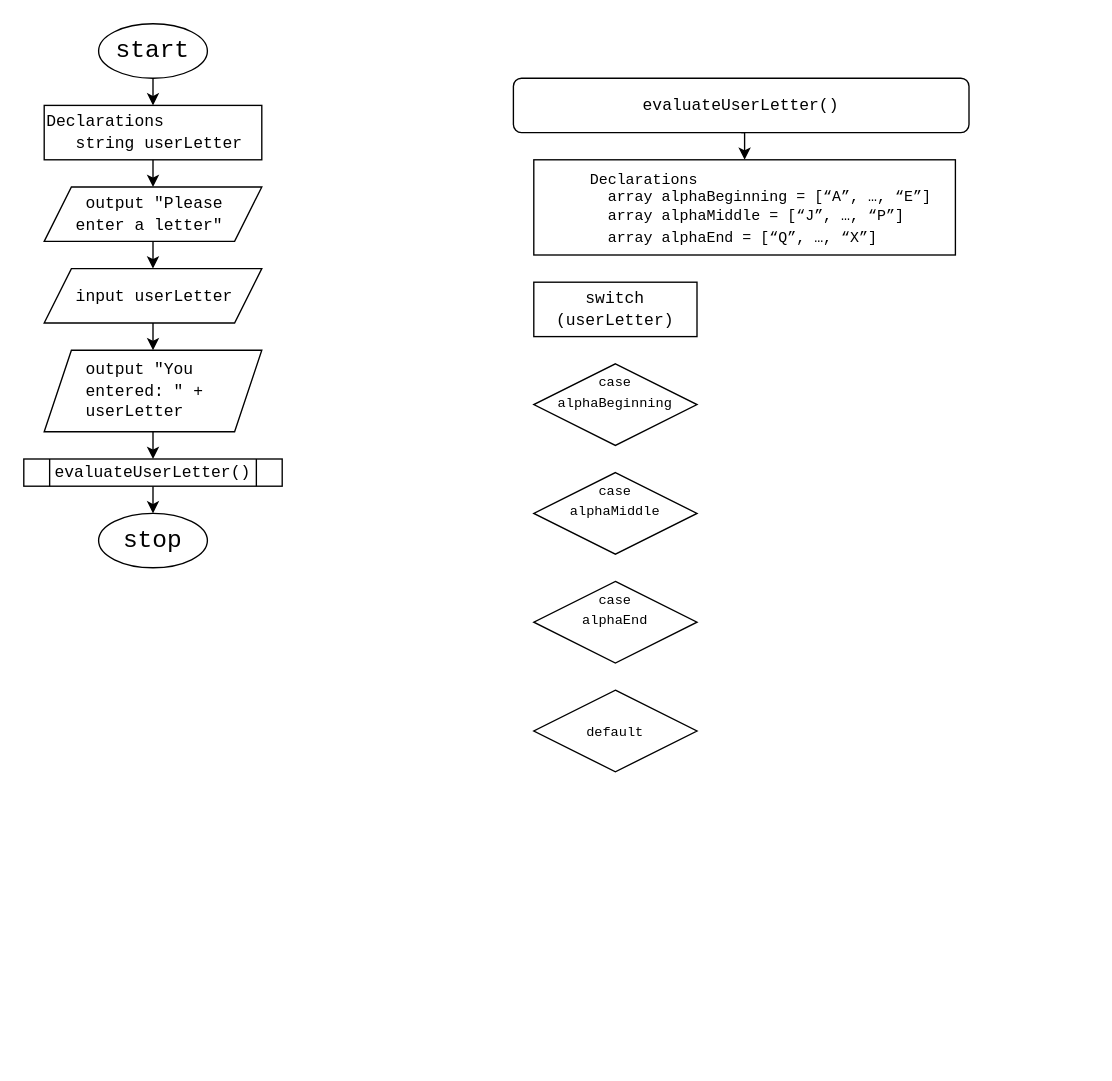
argounova/draw-io keeps this draw.io diagram as csc205-module2-ct.drawio. Above is the earlier version. Source tidied: cells renumbered, new cells numbered last; positions are measured from the earlier drawing's top-left corner, leaving out a move shared by most shapes. Both pictures are drawn from the tidied source at 136%, with x=0, y=0 at pixel (23, 23).
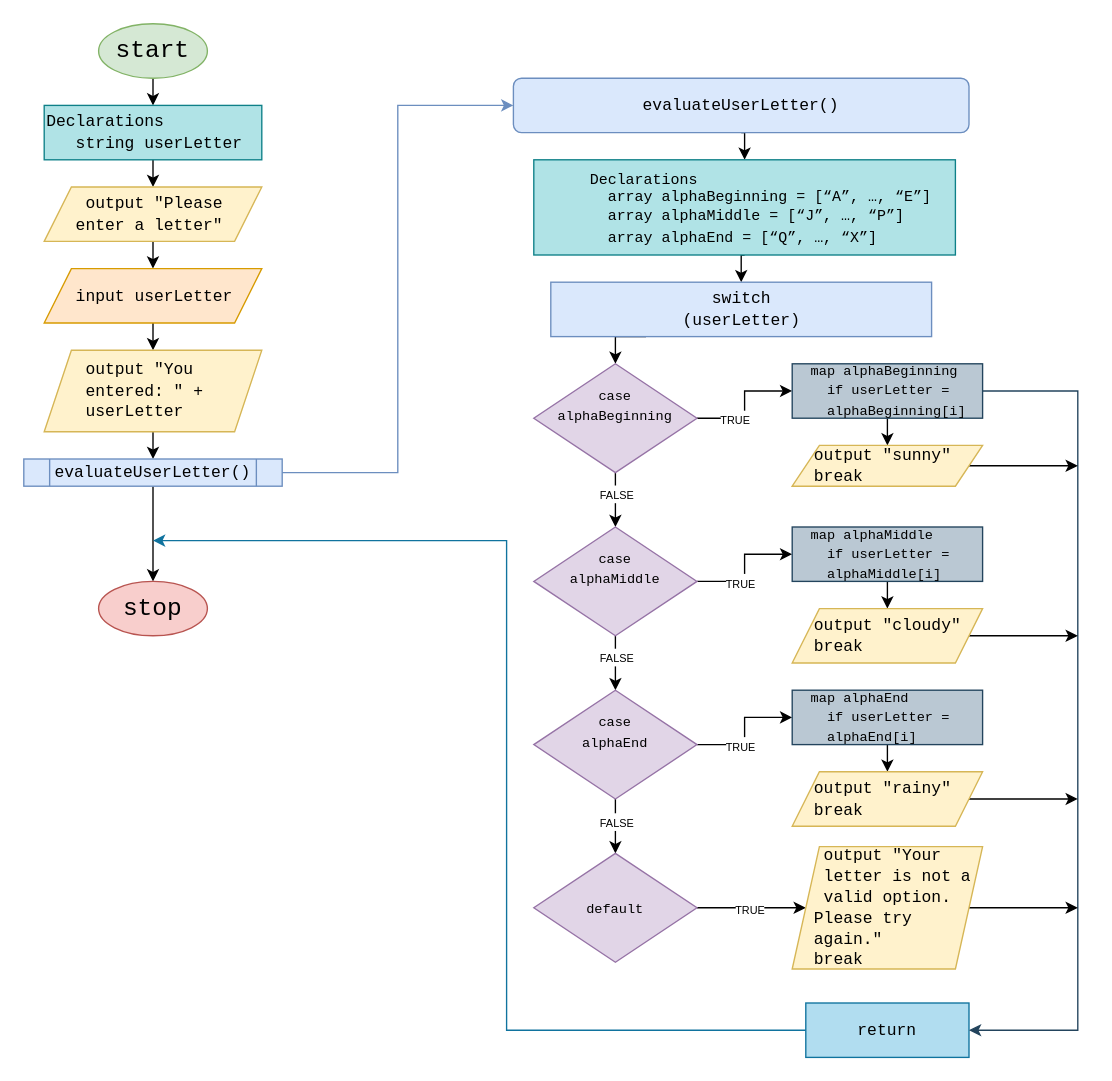
After the change.

The edit, as a diff of the source:
```diff
@@
-    <mxCell id="3" value="&lt;font style=&quot;font-size: 18px;&quot; face=&quot;Courier New&quot;&gt;start&lt;/font&gt;" style="ellipse;whiteSpace=wrap;html=1;" parent="1" vertex="1">
+    <mxCell id="3" value="&lt;font style=&quot;font-size: 18px;&quot; face=&quot;Courier New&quot;&gt;start&lt;/font&gt;" style="ellipse;whiteSpace=wrap;html=1;labelBorderColor=none;fillColor=#d5e8d4;strokeColor=#82b366;" parent="1" vertex="1">
       <mxGeometry x="55" width="80" height="40" as="geometry" />
     </mxCell>
@@
-    <mxCell id="5" value="&lt;font face=&quot;Courier New&quot;&gt;Declarations&lt;br&gt;&amp;nbsp; &amp;nbsp;string userLetter&lt;/font&gt;" style="rounded=0;whiteSpace=wrap;html=1;align=left;" parent="1" vertex="1">
+    <mxCell id="5" value="&lt;font face=&quot;Courier New&quot;&gt;Declarations&lt;br&gt;&amp;nbsp; &amp;nbsp;string userLetter&lt;/font&gt;" style="rounded=0;whiteSpace=wrap;html=1;align=left;fillColor=#b0e3e6;strokeColor=#0e8088;" parent="1" vertex="1">
       <mxGeometry x="15" y="60" width="160" height="40" as="geometry" />
     </mxCell>
@@
-    <mxCell id="7" value="&lt;font face=&quot;Courier New&quot;&gt;&amp;nbsp; &amp;nbsp; output &quot;Please&amp;nbsp; &amp;nbsp; &amp;nbsp; &amp;nbsp;enter a letter&quot;&lt;/font&gt;" style="shape=parallelogram;perimeter=parallelogramPerimeter;whiteSpace=wrap;html=1;fixedSize=1;align=left;" parent="1" vertex="1">
+    <mxCell id="7" value="&lt;font face=&quot;Courier New&quot;&gt;&amp;nbsp; &amp;nbsp; output &quot;Please&amp;nbsp; &amp;nbsp; &amp;nbsp; &amp;nbsp;enter a letter&quot;&lt;/font&gt;" style="shape=parallelogram;perimeter=parallelogramPerimeter;whiteSpace=wrap;html=1;fixedSize=1;align=left;fillColor=#fff2cc;strokeColor=#d6b656;" parent="1" vertex="1">
       <mxGeometry x="15" y="120" width="160" height="40" as="geometry" />
     </mxCell>
@@
-    <mxCell id="9" value="&lt;font face=&quot;Courier New&quot;&gt;&amp;nbsp; &amp;nbsp;input userLetter&lt;/font&gt;" style="shape=parallelogram;perimeter=parallelogramPerimeter;whiteSpace=wrap;html=1;fixedSize=1;align=left;" parent="1" vertex="1">
+    <mxCell id="9" value="&lt;font face=&quot;Courier New&quot;&gt;&amp;nbsp; &amp;nbsp;input userLetter&lt;/font&gt;" style="shape=parallelogram;perimeter=parallelogramPerimeter;whiteSpace=wrap;html=1;fixedSize=1;align=left;fillColor=#ffe6cc;strokeColor=#d79b00;" parent="1" vertex="1">
       <mxGeometry x="15" y="180" width="160" height="40" as="geometry" />
     </mxCell>
@@
-    <mxCell id="11" value="&lt;font face=&quot;Courier New&quot;&gt;&amp;nbsp; &amp;nbsp; output &quot;You&amp;nbsp; &amp;nbsp; &amp;nbsp; &amp;nbsp; &amp;nbsp; entered: &quot; +&amp;nbsp; &amp;nbsp; &amp;nbsp; &amp;nbsp; &amp;nbsp; userLetter&lt;/font&gt;" style="shape=parallelogram;perimeter=parallelogramPerimeter;whiteSpace=wrap;html=1;fixedSize=1;align=left;" parent="1" vertex="1">
+    <mxCell id="11" value="&lt;font face=&quot;Courier New&quot;&gt;&amp;nbsp; &amp;nbsp; output &quot;You&amp;nbsp; &amp;nbsp; &amp;nbsp; &amp;nbsp; &amp;nbsp; entered: &quot; +&amp;nbsp; &amp;nbsp; &amp;nbsp; &amp;nbsp; &amp;nbsp; userLetter&lt;/font&gt;" style="shape=parallelogram;perimeter=parallelogramPerimeter;whiteSpace=wrap;html=1;fixedSize=1;align=left;fillColor=#fff2cc;strokeColor=#d6b656;" parent="1" vertex="1">
       <mxGeometry x="15" y="240" width="160" height="60" as="geometry" />
     </mxCell>
@@
-    <mxCell id="13" value="&lt;font face=&quot;Courier New&quot;&gt;evaluateUserLetter()&lt;/font&gt;" style="shape=process;whiteSpace=wrap;html=1;backgroundOutline=1;" parent="1" vertex="1">
+    <mxCell id="13" value="&lt;font face=&quot;Courier New&quot;&gt;evaluateUserLetter()&lt;/font&gt;" style="shape=process;whiteSpace=wrap;html=1;backgroundOutline=1;fillColor=#dae8fc;strokeColor=#6c8ebf;" parent="1" vertex="1">
       <mxGeometry y="320" width="190" height="20" as="geometry" />
     </mxCell>
+    <mxCell id="23" style="edgeStyle=orthogonalEdgeStyle;rounded=0;jettySize=auto;html=1;entryX=0;entryY=0.5;entryDx=0;entryDy=0;exitX=1;exitY=0.5;exitDx=0;exitDy=0;fillColor=#dae8fc;strokeColor=#6c8ebf;" parent="1" edge="1" source="13" target="16">
+      <mxGeometry relative="1" as="geometry" />
+    </mxCell>
-    <mxCell id="14" value="&lt;font style=&quot;font-size: 18px;&quot; face=&quot;Courier New&quot;&gt;stop&lt;/font&gt;" style="ellipse;whiteSpace=wrap;html=1;" parent="1" vertex="1">
-      <mxGeometry x="55" y="360" width="80" height="40" as="geometry" />
+    <mxCell id="14" value="&lt;font style=&quot;font-size: 18px;&quot; face=&quot;Courier New&quot;&gt;stop&lt;/font&gt;" style="ellipse;whiteSpace=wrap;html=1;fillColor=#f8cecc;strokeColor=#b85450;" parent="1" vertex="1">
+      <mxGeometry x="55" y="410" width="80" height="40" as="geometry" />
     </mxCell>
@@
-    <mxCell id="16" value="&lt;font face=&quot;Courier New&quot;&gt;evaluateUserLetter()&lt;/font&gt;" style="rounded=1;whiteSpace=wrap;html=1;" parent="1" vertex="1">
+    <mxCell id="16" value="&lt;font face=&quot;Courier New&quot;&gt;evaluateUserLetter()&lt;/font&gt;" style="rounded=1;whiteSpace=wrap;html=1;fillColor=#dae8fc;strokeColor=#6c8ebf;" parent="1" vertex="1">
       <mxGeometry x="360" y="40" width="335" height="40" as="geometry" />
     </mxCell>
+    <mxCell id="24" style="edgeStyle=orthogonalEdgeStyle;rounded=0;jettySize=auto;html=1;exitX=0.5;exitY=1;exitDx=0;exitDy=0;entryX=0.5;entryY=0;entryDx=0;entryDy=0;" parent="1" edge="1" source="17" target="18">
+      <mxGeometry relative="1" as="geometry" />
+    </mxCell>
-    <mxCell id="17" value="&lt;div style=&quot;&quot;&gt;&lt;span style=&quot;font-size: 11px; font-family: &amp;quot;Courier New&amp;quot;; background-color: initial;&quot;&gt;&amp;nbsp; &amp;nbsp; &amp;nbsp; Declarations&lt;/span&gt;&lt;/div&gt;&lt;font face=&quot;Courier New&quot; style=&quot;font-size: 11px;&quot;&gt;&lt;div style=&quot;&quot;&gt;&lt;font style=&quot;background-color: initial;&quot;&gt;&amp;nbsp; &amp;nbsp; &amp;nbsp; &amp;nbsp;&amp;nbsp;&lt;/font&gt;&lt;span style=&quot;background-color: initial;&quot;&gt;array alphaBeginning = [“A”, …, “E”]&lt;/span&gt;&lt;/div&gt;&lt;/font&gt;&lt;p style=&quot;margin: 0in; line-height: normal; font-size: 11px;&quot; class=&quot;MsoNormal&quot;&gt;&lt;font face=&quot;Courier New&quot; style=&quot;font-size: 11px;&quot;&gt;&amp;nbsp; &amp;nbsp; &amp;nbsp; &amp;nbsp; array alphaMiddle = [“J”, …, “P”]&lt;/font&gt;&lt;/p&gt;&lt;p style=&quot;margin: 0in; line-height: normal; font-size: 11px;&quot; class=&quot;MsoNormal&quot;&gt;&lt;font face=&quot;Courier New&quot; style=&quot;font-size: 11px;&quot;&gt;&amp;nbsp; &amp;nbsp; &amp;nbsp; &amp;nbsp; array alphaEnd = [“Q”, …, “X”]&lt;/font&gt;&lt;span style=&quot;font-family: &amp;quot;Andale Mono&amp;quot;; font-size: 11pt;&quot;&gt;&lt;/span&gt;&lt;/p&gt;" style="rounded=0;whiteSpace=wrap;html=1;align=left;" parent="1" vertex="1">
+    <mxCell id="17" value="&lt;div style=&quot;&quot;&gt;&lt;span style=&quot;font-size: 11px; font-family: &amp;quot;Courier New&amp;quot;; background-color: initial;&quot;&gt;&amp;nbsp; &amp;nbsp; &amp;nbsp; Declarations&lt;/span&gt;&lt;/div&gt;&lt;font face=&quot;Courier New&quot; style=&quot;font-size: 11px;&quot;&gt;&lt;div style=&quot;&quot;&gt;&lt;font style=&quot;background-color: initial;&quot;&gt;&amp;nbsp; &amp;nbsp; &amp;nbsp; &amp;nbsp;&amp;nbsp;&lt;/font&gt;&lt;span style=&quot;background-color: initial;&quot;&gt;array alphaBeginning = [“A”, …, “E”]&lt;/span&gt;&lt;/div&gt;&lt;/font&gt;&lt;p style=&quot;margin: 0in; line-height: normal; font-size: 11px;&quot; class=&quot;MsoNormal&quot;&gt;&lt;font face=&quot;Courier New&quot; style=&quot;font-size: 11px;&quot;&gt;&amp;nbsp; &amp;nbsp; &amp;nbsp; &amp;nbsp; array alphaMiddle = [“J”, …, “P”]&lt;/font&gt;&lt;/p&gt;&lt;p style=&quot;margin: 0in; line-height: normal; font-size: 11px;&quot; class=&quot;MsoNormal&quot;&gt;&lt;font face=&quot;Courier New&quot; style=&quot;font-size: 11px;&quot;&gt;&amp;nbsp; &amp;nbsp; &amp;nbsp; &amp;nbsp; array alphaEnd = [“Q”, …, “X”]&lt;/font&gt;&lt;span style=&quot;font-family: &amp;quot;Andale Mono&amp;quot;; font-size: 11pt;&quot;&gt;&lt;/span&gt;&lt;/p&gt;" style="rounded=0;whiteSpace=wrap;html=1;align=left;fillColor=#b0e3e6;strokeColor=#0e8088;" parent="1" vertex="1">
       <mxGeometry x="375" y="100" width="310" height="70" as="geometry" />
     </mxCell>
+    <mxCell id="25" style="edgeStyle=orthogonalEdgeStyle;rounded=0;jettySize=auto;html=1;exitX=0.25;exitY=1;exitDx=0;exitDy=0;entryX=0.5;entryY=0;entryDx=0;entryDy=0;" parent="1" edge="1" source="18" target="19">
+      <mxGeometry relative="1" as="geometry" />
+    </mxCell>
-    <mxCell id="18" value="&lt;font face=&quot;Courier New&quot;&gt;switch&lt;br&gt;(userLetter)&lt;br&gt;&lt;/font&gt;" style="rounded=0;whiteSpace=wrap;html=1;" parent="1" vertex="1">
-      <mxGeometry x="375" y="190" width="120" height="40" as="geometry" />
+    <mxCell id="18" value="&lt;font face=&quot;Courier New&quot;&gt;switch&lt;br&gt;(userLetter)&lt;br&gt;&lt;/font&gt;" style="rounded=0;whiteSpace=wrap;html=1;fillColor=#dae8fc;strokeColor=#6c8ebf;" parent="1" vertex="1">
+      <mxGeometry x="387.5" y="190" width="280" height="40" as="geometry" />
     </mxCell>
+    <mxCell id="26" style="edgeStyle=orthogonalEdgeStyle;rounded=0;jettySize=auto;html=1;exitX=1;exitY=0.5;exitDx=0;exitDy=0;entryX=0;entryY=0.5;entryDx=0;entryDy=0;" parent="1" edge="1" source="19" target="44">
+      <mxGeometry relative="1" as="geometry" />
+    </mxCell>
+    <mxCell id="27" value="&lt;font style=&quot;font-size: 8px;&quot;&gt;TRUE&lt;/font&gt;" style="edgeLabel;html=1;align=center;verticalAlign=middle;" parent="26" vertex="1">
+      <mxGeometry x="-0.39" relative="1" as="geometry" />
+    </mxCell>
+    <mxCell id="28" style="edgeStyle=orthogonalEdgeStyle;rounded=0;jettySize=auto;html=1;exitX=0.5;exitY=1;exitDx=0;exitDy=0;entryX=0.5;entryY=0;entryDx=0;entryDy=0;" parent="1" edge="1" source="19" target="20">
+      <mxGeometry relative="1" as="geometry" />
+    </mxCell>
+    <mxCell id="29" value="&lt;font style=&quot;font-size: 8px;&quot;&gt;FALSE&lt;/font&gt;" style="edgeLabel;html=1;align=center;verticalAlign=middle;" parent="28" vertex="1">
+      <mxGeometry x="-0.27" relative="1" as="geometry" />
+    </mxCell>
-    <mxCell id="19" value="&lt;font size=&quot;1&quot; face=&quot;Courier New&quot;&gt;case&lt;br&gt;alphaBeginning&lt;br&gt;&lt;/font&gt;" style="rhombus;whiteSpace=wrap;html=1;rounded=0;perimeterSpacing=0;verticalAlign=middle;spacingBottom=20;" parent="1" vertex="1">
-      <mxGeometry x="375" y="250" width="120" height="60" as="geometry" />
+    <mxCell id="19" value="&lt;font size=&quot;1&quot; face=&quot;Courier New&quot;&gt;case&lt;br&gt;alphaBeginning&lt;br&gt;&lt;/font&gt;" style="rhombus;whiteSpace=wrap;html=1;rounded=0;perimeterSpacing=0;verticalAlign=middle;spacingBottom=20;fillColor=#e1d5e7;strokeColor=#9673a6;" parent="1" vertex="1">
+      <mxGeometry x="375" y="250" width="120" height="80" as="geometry" />
     </mxCell>
+    <mxCell id="30" style="edgeStyle=orthogonalEdgeStyle;rounded=0;jettySize=auto;html=1;exitX=0.5;exitY=1;exitDx=0;exitDy=0;entryX=0.5;entryY=0;entryDx=0;entryDy=0;" parent="1" edge="1" source="20" target="21">
+      <mxGeometry relative="1" as="geometry" />
+    </mxCell>
+    <mxCell id="31" value="&lt;font style=&quot;font-size: 8px;&quot;&gt;FALSE&lt;/font&gt;" style="edgeLabel;html=1;align=center;verticalAlign=middle;" parent="30" vertex="1">
+      <mxGeometry x="-0.25" relative="1" as="geometry" />
+    </mxCell>
+    <mxCell id="32" style="edgeStyle=orthogonalEdgeStyle;rounded=0;jettySize=auto;html=1;exitX=1;exitY=0.5;exitDx=0;exitDy=0;entryX=0;entryY=0.5;entryDx=0;entryDy=0;" parent="1" edge="1" source="20" target="48">
+      <mxGeometry relative="1" as="geometry" />
+    </mxCell>
+    <mxCell id="33" value="&lt;font style=&quot;font-size: 8px;&quot;&gt;TRUE&lt;/font&gt;" style="edgeLabel;html=1;align=center;verticalAlign=middle;" parent="32" vertex="1">
+      <mxGeometry x="-0.32" relative="1" as="geometry" />
+    </mxCell>
-    <mxCell id="20" value="&lt;font size=&quot;1&quot; face=&quot;Courier New&quot;&gt;case&lt;br&gt;alphaMiddle&lt;br&gt;&lt;/font&gt;" style="rhombus;whiteSpace=wrap;html=1;rounded=0;perimeterSpacing=0;verticalAlign=middle;spacingBottom=20;" parent="1" vertex="1">
-      <mxGeometry x="375" y="330" width="120" height="60" as="geometry" />
+    <mxCell id="20" value="&lt;font size=&quot;1&quot; face=&quot;Courier New&quot;&gt;case&lt;br&gt;alphaMiddle&lt;br&gt;&lt;/font&gt;" style="rhombus;whiteSpace=wrap;html=1;rounded=0;perimeterSpacing=0;verticalAlign=middle;spacingBottom=20;fillColor=#e1d5e7;strokeColor=#9673a6;" parent="1" vertex="1">
+      <mxGeometry x="375" y="370" width="120" height="80" as="geometry" />
     </mxCell>
+    <mxCell id="34" style="edgeStyle=orthogonalEdgeStyle;rounded=0;jettySize=auto;html=1;exitX=0.5;exitY=1;exitDx=0;exitDy=0;entryX=0.5;entryY=0;entryDx=0;entryDy=0;" parent="1" edge="1" source="21" target="22">
+      <mxGeometry relative="1" as="geometry" />
+    </mxCell>
+    <mxCell id="35" value="&lt;font style=&quot;font-size: 8px;&quot;&gt;FALSE&lt;/font&gt;" style="edgeLabel;html=1;align=center;verticalAlign=middle;" parent="34" vertex="1">
+      <mxGeometry x="-0.21" relative="1" as="geometry" />
+    </mxCell>
+    <mxCell id="36" style="edgeStyle=orthogonalEdgeStyle;rounded=0;jettySize=auto;html=1;exitX=1;exitY=0.5;exitDx=0;exitDy=0;entryX=0;entryY=0.5;entryDx=0;entryDy=0;" parent="1" edge="1" source="21" target="52">
+      <mxGeometry relative="1" as="geometry" />
+    </mxCell>
+    <mxCell id="37" value="&lt;font style=&quot;font-size: 8px;&quot;&gt;TRUE&lt;/font&gt;" style="edgeLabel;html=1;align=center;verticalAlign=middle;" parent="36" vertex="1">
+      <mxGeometry x="-0.3" relative="1" as="geometry" />
+    </mxCell>
-    <mxCell id="21" value="&lt;font size=&quot;1&quot; face=&quot;Courier New&quot;&gt;case&lt;br&gt;alphaEnd&lt;br&gt;&lt;/font&gt;" style="rhombus;whiteSpace=wrap;html=1;rounded=0;perimeterSpacing=0;verticalAlign=middle;spacingBottom=20;" parent="1" vertex="1">
-      <mxGeometry x="375" y="410" width="120" height="60" as="geometry" />
+    <mxCell id="21" value="&lt;font size=&quot;1&quot; face=&quot;Courier New&quot;&gt;case&lt;br&gt;alphaEnd&lt;br&gt;&lt;/font&gt;" style="rhombus;whiteSpace=wrap;html=1;rounded=0;perimeterSpacing=0;verticalAlign=middle;spacingBottom=20;fillColor=#e1d5e7;strokeColor=#9673a6;" parent="1" vertex="1">
+      <mxGeometry x="375" y="490" width="120" height="80" as="geometry" />
     </mxCell>
+    <mxCell id="38" style="edgeStyle=orthogonalEdgeStyle;rounded=0;jettySize=auto;html=1;exitX=1;exitY=0.5;exitDx=0;exitDy=0;" parent="1" edge="1" source="22" target="57">
+      <mxGeometry relative="1" as="geometry" />
+    </mxCell>
+    <mxCell id="39" value="&lt;font style=&quot;font-size: 8px;&quot;&gt;TRUE&lt;/font&gt;" style="edgeLabel;html=1;align=center;verticalAlign=middle;" parent="38" vertex="1">
+      <mxGeometry x="-0.05" relative="1" as="geometry" />
+    </mxCell>
-    <mxCell id="22" value="&lt;font size=&quot;1&quot; face=&quot;Courier New&quot;&gt;default&lt;br&gt;&lt;/font&gt;" style="rhombus;whiteSpace=wrap;html=1;rounded=0;perimeterSpacing=0;verticalAlign=middle;spacingBottom=0;" parent="1" vertex="1">
-      <mxGeometry x="375" y="490" width="120" height="60" as="geometry" />
+    <mxCell id="22" value="&lt;font size=&quot;1&quot; face=&quot;Courier New&quot;&gt;default&lt;br&gt;&lt;/font&gt;" style="rhombus;whiteSpace=wrap;html=1;rounded=0;perimeterSpacing=0;verticalAlign=middle;spacingBottom=0;fillColor=#e1d5e7;strokeColor=#9673a6;" parent="1" vertex="1">
+      <mxGeometry x="375" y="610" width="120" height="80" as="geometry" />
     </mxCell>
+    <mxCell id="40" style="edgeStyle=orthogonalEdgeStyle;rounded=0;jettySize=auto;html=1;exitX=0;exitY=0.5;exitDx=0;exitDy=0;fillColor=#b1ddf0;strokeColor=#10739e;" parent="1" edge="1" source="41">
+      <mxGeometry relative="1" as="geometry">
+        <mxPoint x="95" y="380" as="targetPoint" />
+        <Array as="points">
+          <mxPoint x="355" y="740" />
+          <mxPoint x="355" y="380" />
+        </Array>
+      </mxGeometry>
+    </mxCell>
+    <mxCell id="41" value="&lt;font face=&quot;Courier New&quot;&gt;return&lt;br&gt;&lt;/font&gt;" style="rounded=0;whiteSpace=wrap;html=1;fillColor=#b1ddf0;strokeColor=#10739e;" parent="1" vertex="1">
+      <mxGeometry x="575" y="720" width="120" height="40" as="geometry" />
+    </mxCell>
+    <mxCell id="42" style="edgeStyle=orthogonalEdgeStyle;rounded=0;jettySize=auto;html=1;exitX=0.5;exitY=1;exitDx=0;exitDy=0;entryX=0.5;entryY=0;entryDx=0;entryDy=0;" parent="1" edge="1" source="44" target="46">
+      <mxGeometry relative="1" as="geometry" />
+    </mxCell>
+    <mxCell id="43" style="edgeStyle=orthogonalEdgeStyle;rounded=0;jettySize=auto;html=1;exitX=1;exitY=0.5;exitDx=0;exitDy=0;entryX=1;entryY=0.5;entryDx=0;entryDy=0;fillColor=#bac8d3;strokeColor=#23445d;" parent="1" edge="1" source="44" target="41">
+      <mxGeometry relative="1" as="geometry">
+        <Array as="points">
+          <mxPoint x="775" y="270" />
+          <mxPoint x="775" y="740" />
+        </Array>
+      </mxGeometry>
+    </mxCell>
+    <mxCell id="44" value="&lt;font style=&quot;font-size: 10px;&quot;&gt;&amp;nbsp; map alphaBeginning&lt;br&gt;&amp;nbsp; &amp;nbsp; if userLetter = &lt;br&gt;&amp;nbsp; &amp;nbsp; alphaBeginning[i]&lt;/font&gt;" style="rounded=0;whiteSpace=wrap;html=1;fontFamily=Courier New;align=left;spacing=2;fillColor=#bac8d3;strokeColor=#23445d;" parent="1" vertex="1">
+      <mxGeometry x="565" y="250" width="140" height="40" as="geometry" />
+    </mxCell>
+    <mxCell id="45" style="edgeStyle=orthogonalEdgeStyle;rounded=0;jettySize=auto;html=1;exitX=1;exitY=0.5;exitDx=0;exitDy=0;" parent="1" edge="1" source="46">
+      <mxGeometry relative="1" as="geometry">
+        <mxPoint x="775" y="325" as="targetPoint" />
+      </mxGeometry>
+    </mxCell>
+    <mxCell id="46" value="&lt;font face=&quot;Courier New&quot;&gt;&amp;nbsp; output &quot;sunny&quot;&lt;br&gt;&amp;nbsp; break&lt;br&gt;&lt;/font&gt;" style="shape=parallelogram;perimeter=parallelogramPerimeter;whiteSpace=wrap;html=1;fixedSize=1;align=left;fillColor=#fff2cc;strokeColor=#d6b656;" parent="1" vertex="1">
+      <mxGeometry x="565" y="310" width="140" height="30" as="geometry" />
+    </mxCell>
+    <mxCell id="47" style="edgeStyle=orthogonalEdgeStyle;rounded=0;jettySize=auto;html=1;exitX=0.5;exitY=1;exitDx=0;exitDy=0;entryX=0.5;entryY=0;entryDx=0;entryDy=0;" parent="1" edge="1" source="48" target="50">
+      <mxGeometry relative="1" as="geometry" />
+    </mxCell>
+    <mxCell id="48" value="&lt;font style=&quot;font-size: 10px;&quot;&gt;&amp;nbsp; map alphaMiddle&lt;br&gt;&amp;nbsp; &amp;nbsp; if userLetter = &lt;br&gt;&amp;nbsp; &amp;nbsp; alphaMiddle[i]&lt;/font&gt;" style="rounded=0;whiteSpace=wrap;html=1;fontFamily=Courier New;align=left;spacing=2;fillColor=#bac8d3;strokeColor=#23445d;" parent="1" vertex="1">
+      <mxGeometry x="565" y="370" width="140" height="40" as="geometry" />
+    </mxCell>
+    <mxCell id="49" style="edgeStyle=orthogonalEdgeStyle;rounded=0;jettySize=auto;html=1;exitX=1;exitY=0.5;exitDx=0;exitDy=0;" parent="1" edge="1" source="50">
+      <mxGeometry relative="1" as="geometry">
+        <mxPoint x="775" y="450" as="targetPoint" />
+      </mxGeometry>
+    </mxCell>
+    <mxCell id="50" value="&lt;font face=&quot;Courier New&quot;&gt;&amp;nbsp; output &quot;cloudy&quot;&lt;br&gt;&amp;nbsp; break&lt;br&gt;&lt;/font&gt;" style="shape=parallelogram;perimeter=parallelogramPerimeter;whiteSpace=wrap;html=1;fixedSize=1;align=left;fillColor=#fff2cc;strokeColor=#d6b656;" parent="1" vertex="1">
+      <mxGeometry x="565" y="430" width="140" height="40" as="geometry" />
+    </mxCell>
+    <mxCell id="51" style="edgeStyle=orthogonalEdgeStyle;rounded=0;jettySize=auto;html=1;exitX=0.5;exitY=1;exitDx=0;exitDy=0;entryX=0.5;entryY=0;entryDx=0;entryDy=0;" parent="1" edge="1" source="52" target="54">
+      <mxGeometry relative="1" as="geometry" />
+    </mxCell>
+    <mxCell id="52" value="&lt;font style=&quot;font-size: 10px;&quot;&gt;&amp;nbsp; map alphaEnd&lt;br&gt;&amp;nbsp; &amp;nbsp; if userLetter = &lt;br&gt;&amp;nbsp; &amp;nbsp; alphaEnd[i]&lt;/font&gt;" style="rounded=0;whiteSpace=wrap;html=1;fontFamily=Courier New;align=left;spacing=2;fillColor=#bac8d3;strokeColor=#23445d;" parent="1" vertex="1">
+      <mxGeometry x="565" y="490" width="140" height="40" as="geometry" />
+    </mxCell>
+    <mxCell id="53" style="edgeStyle=orthogonalEdgeStyle;rounded=0;jettySize=auto;html=1;exitX=1;exitY=0.5;exitDx=0;exitDy=0;" parent="1" edge="1" source="54">
+      <mxGeometry relative="1" as="geometry">
+        <mxPoint x="775" y="570" as="targetPoint" />
+      </mxGeometry>
+    </mxCell>
+    <mxCell id="54" value="&lt;font face=&quot;Courier New&quot;&gt;&amp;nbsp; output &quot;rainy&quot;&lt;br&gt;&amp;nbsp; break&lt;br&gt;&lt;/font&gt;" style="shape=parallelogram;perimeter=parallelogramPerimeter;whiteSpace=wrap;html=1;fixedSize=1;align=left;fillColor=#fff2cc;strokeColor=#d6b656;" parent="1" vertex="1">
+      <mxGeometry x="565" y="550" width="140" height="40" as="geometry" />
+    </mxCell>
+    <mxCell id="55" style="edgeStyle=orthogonalEdgeStyle;rounded=0;jettySize=auto;html=1;exitX=0.5;exitY=1;exitDx=0;exitDy=0;" parent="1" edge="1" source="57">
+      <mxGeometry relative="1" as="geometry">
+        <mxPoint x="635.3" y="680" as="targetPoint" />
+      </mxGeometry>
+    </mxCell>
+    <mxCell id="56" style="edgeStyle=orthogonalEdgeStyle;rounded=0;jettySize=auto;html=1;exitX=1;exitY=0.5;exitDx=0;exitDy=0;" parent="1" edge="1" source="57">
+      <mxGeometry relative="1" as="geometry">
+        <mxPoint x="775" y="650" as="targetPoint" />
+      </mxGeometry>
+    </mxCell>
+    <mxCell id="57" value="&lt;font face=&quot;Courier New&quot;&gt;&amp;nbsp; &amp;nbsp;output &quot;Your&amp;nbsp; &amp;nbsp; &amp;nbsp; &amp;nbsp;letter is not a&amp;nbsp; &amp;nbsp; &amp;nbsp;valid option.&amp;nbsp; &amp;nbsp; &amp;nbsp; Please try&amp;nbsp; &amp;nbsp; &amp;nbsp; &amp;nbsp; &amp;nbsp; again.&quot;&lt;br&gt;&amp;nbsp; break&lt;br&gt;&lt;/font&gt;" style="shape=parallelogram;perimeter=parallelogramPerimeter;whiteSpace=wrap;html=1;fixedSize=1;align=left;fillColor=#fff2cc;strokeColor=#d6b656;" parent="1" vertex="1">
+      <mxGeometry x="565" y="605" width="140" height="90" as="geometry" />
+    </mxCell>
```
